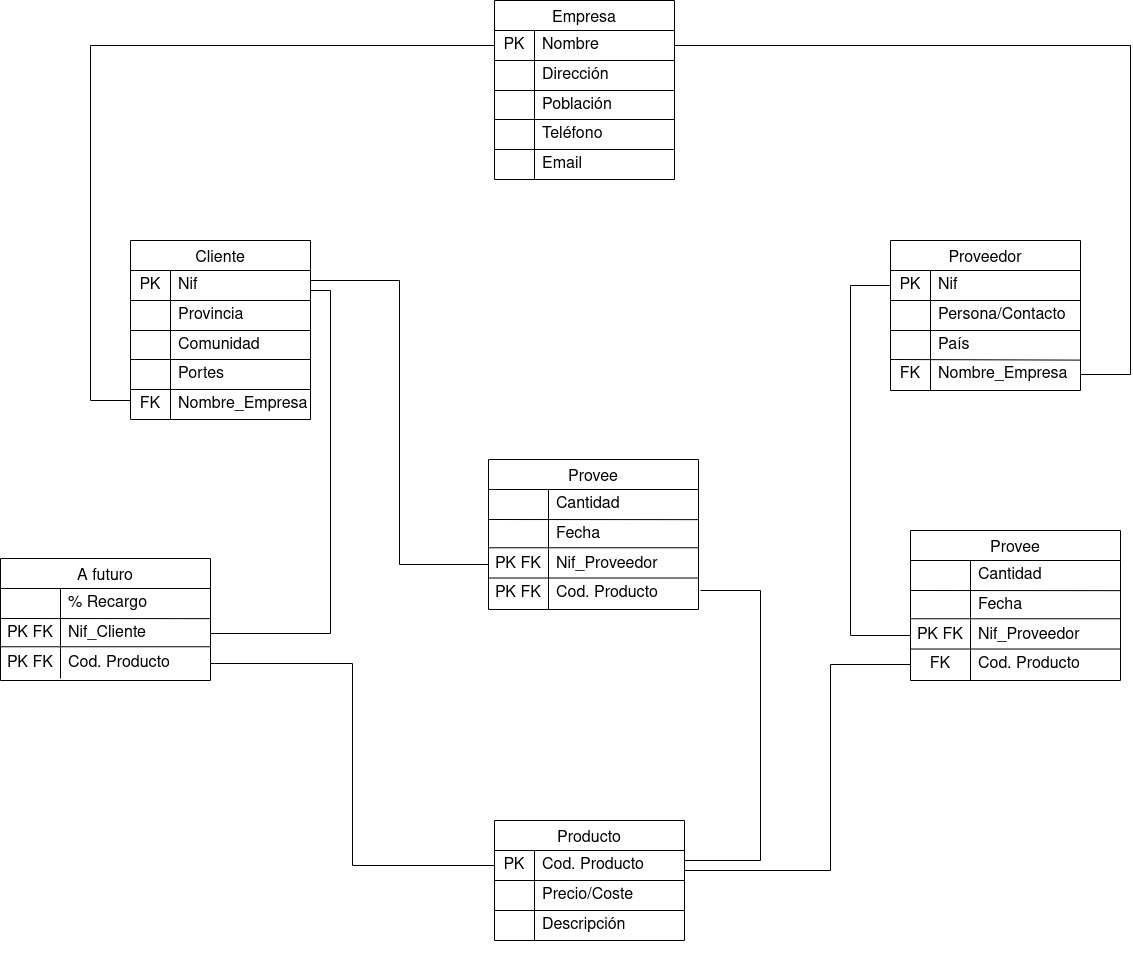
Before: Empresa Compra Venta (MR).png, a diagram exported from draw.io (Chugani05/base-datos). Source tidied: cells renumbered, new cells last; positions are measured from the earlier drawing's top-left corner, leaving out a move shared by most shapes.
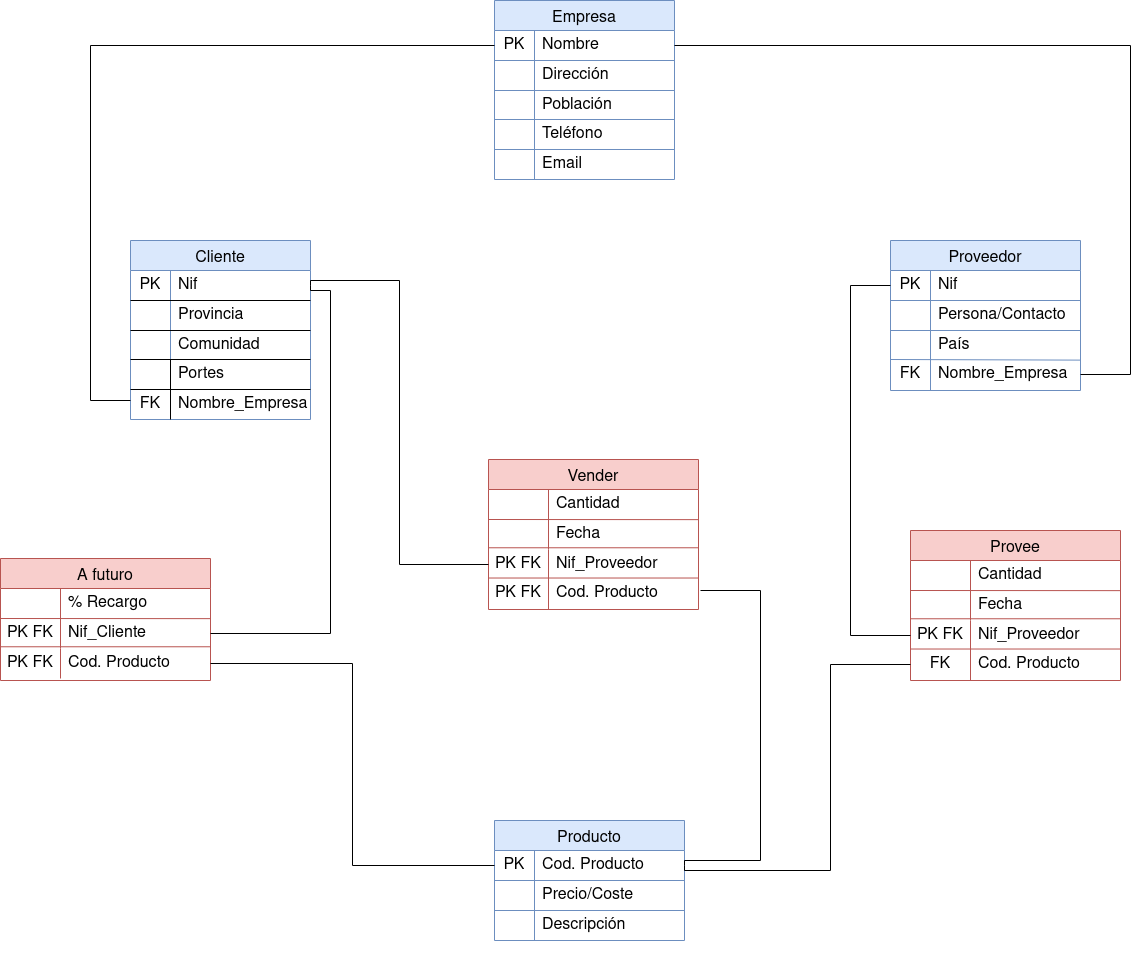
The same file after the commit.

Change to the diagram source:
```diff
@@ -2,7 +2,7 @@
   <root>
     <mxCell id="0" />
     <mxCell id="1" parent="0" />
-    <mxCell id="2" value="Empresa" style="shape=table;startSize=30;rowLines=0;fontStyle=0;strokeColor=default;fontSize=16;" parent="1" vertex="1">
+    <mxCell id="2" value="Empresa" style="shape=table;startSize=30;rowLines=0;fontStyle=0;fontSize=16;fillColor=#dae8fc;strokeColor=#6c8ebf;" parent="1" vertex="1">
       <mxGeometry x="494" width="180" height="179" as="geometry" />
     </mxCell>
     <mxCell id="3" style="shape=tableRow;horizontal=0;startSize=0;swimlaneHead=0;swimlaneBody=0;top=0;left=0;bottom=0;right=0;fillColor=none;points=[[0,0.5],[1,0.5]];portConstraint=eastwest;strokeColor=inherit;fontSize=16;" parent="2" vertex="1">
@@ -50,37 +50,37 @@
     <mxCell id="17" style="shape=partialRectangle;html=1;whiteSpace=wrap;fillColor=none;top=0;left=0;bottom=0;right=0;overflow=hidden;strokeColor=inherit;fontSize=16;" parent="1" vertex="1">
       <mxGeometry x="494" y="149" width="40" height="30" as="geometry" />
     </mxCell>
-    <mxCell id="18" style="endArrow=none;html=1;rounded=0;" parent="1" edge="1">
+    <mxCell id="18" style="endArrow=none;html=1;rounded=0;fillColor=#dae8fc;strokeColor=#6c8ebf;" parent="1" edge="1">
       <mxGeometry relative="1" as="geometry">
         <mxPoint x="534" y="179" as="sourcePoint" />
         <mxPoint x="534" y="119" as="targetPoint" />
       </mxGeometry>
     </mxCell>
-    <mxCell id="19" style="endArrow=none;html=1;rounded=0;entryX=0.836;entryY=0.02;entryDx=0;entryDy=0;entryPerimeter=0;exitX=0.001;exitY=-0.004;exitDx=0;exitDy=0;exitPerimeter=0;" parent="1" edge="1">
+    <mxCell id="19" style="endArrow=none;html=1;rounded=0;entryX=0.836;entryY=0.02;entryDx=0;entryDy=0;entryPerimeter=0;exitX=0.001;exitY=-0.004;exitDx=0;exitDy=0;exitPerimeter=0;fillColor=#dae8fc;strokeColor=#6c8ebf;" parent="1" edge="1">
       <mxGeometry relative="1" as="geometry">
         <mxPoint x="494" y="60" as="sourcePoint" />
         <mxPoint x="674" y="60" as="targetPoint" />
       </mxGeometry>
     </mxCell>
-    <mxCell id="20" style="endArrow=none;html=1;rounded=0;entryX=0.836;entryY=0.02;entryDx=0;entryDy=0;entryPerimeter=0;exitX=0.001;exitY=-0.004;exitDx=0;exitDy=0;exitPerimeter=0;" parent="1" edge="1">
+    <mxCell id="20" style="endArrow=none;html=1;rounded=0;entryX=0.836;entryY=0.02;entryDx=0;entryDy=0;entryPerimeter=0;exitX=0.001;exitY=-0.004;exitDx=0;exitDy=0;exitPerimeter=0;fillColor=#dae8fc;strokeColor=#6c8ebf;" parent="1" edge="1">
       <mxGeometry relative="1" as="geometry">
         <mxPoint x="494" y="90" as="sourcePoint" />
         <mxPoint x="674" y="90" as="targetPoint" />
       </mxGeometry>
     </mxCell>
-    <mxCell id="21" style="endArrow=none;html=1;rounded=0;entryX=0.836;entryY=0.02;entryDx=0;entryDy=0;entryPerimeter=0;exitX=0.001;exitY=-0.004;exitDx=0;exitDy=0;exitPerimeter=0;" parent="1" edge="1">
+    <mxCell id="21" style="endArrow=none;html=1;rounded=0;entryX=0.836;entryY=0.02;entryDx=0;entryDy=0;entryPerimeter=0;exitX=0.001;exitY=-0.004;exitDx=0;exitDy=0;exitPerimeter=0;fillColor=#dae8fc;strokeColor=#6c8ebf;" parent="1" edge="1">
       <mxGeometry relative="1" as="geometry">
         <mxPoint x="494" y="119" as="sourcePoint" />
         <mxPoint x="674" y="119" as="targetPoint" />
       </mxGeometry>
     </mxCell>
-    <mxCell id="22" style="endArrow=none;html=1;rounded=0;entryX=0.836;entryY=0.02;entryDx=0;entryDy=0;entryPerimeter=0;exitX=0.001;exitY=-0.004;exitDx=0;exitDy=0;exitPerimeter=0;" parent="1" edge="1">
+    <mxCell id="22" style="endArrow=none;html=1;rounded=0;entryX=0.836;entryY=0.02;entryDx=0;entryDy=0;entryPerimeter=0;exitX=0.001;exitY=-0.004;exitDx=0;exitDy=0;exitPerimeter=0;fillColor=#dae8fc;strokeColor=#6c8ebf;" parent="1" edge="1">
       <mxGeometry relative="1" as="geometry">
         <mxPoint x="494" y="149" as="sourcePoint" />
         <mxPoint x="674" y="149" as="targetPoint" />
       </mxGeometry>
     </mxCell>
-    <mxCell id="23" value="Proveedor" style="shape=table;startSize=30;rowLines=0;fontStyle=0;strokeColor=default;fontSize=16;" parent="1" vertex="1">
+    <mxCell id="23" value="Proveedor" style="shape=table;startSize=30;rowLines=0;fontStyle=0;strokeColor=#6c8ebf;fontSize=16;fillColor=#dae8fc;" parent="1" vertex="1">
       <mxGeometry x="890" y="240" width="190" height="150" as="geometry" />
     </mxCell>
     <mxCell id="24" style="shape=tableRow;horizontal=0;startSize=0;swimlaneHead=0;swimlaneBody=0;top=0;left=0;bottom=0;right=0;fillColor=none;points=[[0,0.5],[1,0.5]];portConstraint=eastwest;strokeColor=inherit;fontSize=16;" parent="23" vertex="1">
@@ -122,30 +122,30 @@
     <mxCell id="36" style="shape=tableRow;horizontal=0;startSize=0;swimlaneHead=0;swimlaneBody=0;top=0;left=0;bottom=0;right=0;fillColor=none;strokeColor=inherit;fontSize=16;" parent="1" vertex="1">
       <mxGeometry x="910" y="319" width="180" height="30" as="geometry" />
     </mxCell>
-    <mxCell id="37" style="endArrow=none;html=1;rounded=0;" parent="1" edge="1">
+    <mxCell id="37" style="endArrow=none;html=1;rounded=0;fillColor=#dae8fc;strokeColor=#6c8ebf;" parent="1" edge="1">
       <mxGeometry relative="1" as="geometry">
         <mxPoint x="930" y="390" as="sourcePoint" />
         <mxPoint x="930" y="359" as="targetPoint" />
       </mxGeometry>
     </mxCell>
-    <mxCell id="38" style="endArrow=none;html=1;rounded=0;exitX=0.001;exitY=-0.004;exitDx=0;exitDy=0;exitPerimeter=0;" parent="1" edge="1">
+    <mxCell id="38" style="endArrow=none;html=1;rounded=0;exitX=0.001;exitY=-0.004;exitDx=0;exitDy=0;exitPerimeter=0;fillColor=#dae8fc;strokeColor=#6c8ebf;" parent="1" edge="1">
       <mxGeometry relative="1" as="geometry">
         <mxPoint x="890" y="300" as="sourcePoint" />
         <mxPoint x="1080" y="300" as="targetPoint" />
       </mxGeometry>
     </mxCell>
-    <mxCell id="39" style="endArrow=none;html=1;rounded=0;exitX=0.001;exitY=-0.004;exitDx=0;exitDy=0;exitPerimeter=0;" parent="1" edge="1">
+    <mxCell id="39" style="endArrow=none;html=1;rounded=0;exitX=0.001;exitY=-0.004;exitDx=0;exitDy=0;exitPerimeter=0;fillColor=#dae8fc;strokeColor=#6c8ebf;" parent="1" edge="1">
       <mxGeometry relative="1" as="geometry">
         <mxPoint x="890" y="330" as="sourcePoint" />
         <mxPoint x="1080" y="330" as="targetPoint" />
       </mxGeometry>
     </mxCell>
-    <mxCell id="40" style="endArrow=none;html=1;rounded=0;entryX=0.998;entryY=0.987;entryDx=0;entryDy=0;entryPerimeter=0;exitX=0.001;exitY=-0.004;exitDx=0;exitDy=0;exitPerimeter=0;" parent="1" edge="1" target="30">
+    <mxCell id="40" style="endArrow=none;html=1;rounded=0;entryX=0.998;entryY=0.987;entryDx=0;entryDy=0;entryPerimeter=0;exitX=0.001;exitY=-0.004;exitDx=0;exitDy=0;exitPerimeter=0;fillColor=#dae8fc;strokeColor=#6c8ebf;" parent="1" edge="1" target="30">
       <mxGeometry relative="1" as="geometry">
         <mxPoint x="890" y="359" as="sourcePoint" />
       </mxGeometry>
     </mxCell>
-    <mxCell id="41" value="Cliente" style="shape=table;startSize=30;rowLines=0;fontStyle=0;strokeColor=default;fontSize=16;" parent="1" vertex="1">
+    <mxCell id="41" value="Cliente" style="shape=table;startSize=30;rowLines=0;fontStyle=0;strokeColor=#6c8ebf;fontSize=16;fillColor=#dae8fc;" parent="1" vertex="1">
       <mxGeometry x="130" y="240" width="180" height="179" as="geometry" />
     </mxCell>
     <mxCell id="42" style="shape=tableRow;horizontal=0;startSize=0;swimlaneHead=0;swimlaneBody=0;top=0;left=0;bottom=0;right=0;fillColor=none;points=[[0,0.5],[1,0.5]];portConstraint=eastwest;strokeColor=inherit;fontSize=16;" parent="41" vertex="1">
@@ -241,7 +241,7 @@
         </Array>
       </mxGeometry>
     </mxCell>
-    <mxCell id="64" value="Provee" style="shape=table;startSize=30;rowLines=0;fontStyle=0;strokeColor=default;fontSize=16;" parent="1" vertex="1">
+    <mxCell id="64" value="Provee" style="shape=table;startSize=30;rowLines=0;fontStyle=0;strokeColor=#b85450;fontSize=16;fillColor=#f8cecc;" parent="1" vertex="1">
       <mxGeometry x="910" y="530" width="210" height="150" as="geometry" />
     </mxCell>
     <mxCell id="65" style="shape=tableRow;horizontal=0;startSize=0;swimlaneHead=0;swimlaneBody=0;top=0;left=0;bottom=0;right=0;fillColor=none;strokeColor=inherit;fontSize=16;" parent="64" vertex="1">
@@ -283,18 +283,18 @@
     <mxCell id="77" style="shape=tableRow;horizontal=0;startSize=0;swimlaneHead=0;swimlaneBody=0;top=0;left=0;bottom=0;right=0;fillColor=none;strokeColor=inherit;fontSize=16;" parent="1" vertex="1">
       <mxGeometry x="930" y="609" width="180" height="30" as="geometry" />
     </mxCell>
-    <mxCell id="78" style="endArrow=none;html=1;rounded=0;" parent="1" edge="1">
+    <mxCell id="78" style="endArrow=none;html=1;rounded=0;fillColor=#f8cecc;strokeColor=#b85450;" parent="1" edge="1">
       <mxGeometry relative="1" as="geometry">
         <mxPoint x="970" y="679.5" as="sourcePoint" />
         <mxPoint x="970" y="648.5" as="targetPoint" />
       </mxGeometry>
     </mxCell>
-    <mxCell id="79" style="endArrow=none;html=1;rounded=0;entryX=1.001;entryY=0.005;entryDx=0;entryDy=0;entryPerimeter=0;exitX=0.001;exitY=-0.004;exitDx=0;exitDy=0;exitPerimeter=0;" parent="1" edge="1" target="68">
+    <mxCell id="79" style="endArrow=none;html=1;rounded=0;entryX=1.001;entryY=0.005;entryDx=0;entryDy=0;entryPerimeter=0;exitX=0.001;exitY=-0.004;exitDx=0;exitDy=0;exitPerimeter=0;fillColor=#f8cecc;strokeColor=#b85450;" parent="1" edge="1" target="68">
       <mxGeometry relative="1" as="geometry">
         <mxPoint x="910" y="590" as="sourcePoint" />
       </mxGeometry>
     </mxCell>
-    <mxCell id="80" value="Producto" style="shape=table;startSize=30;rowLines=0;fontStyle=0;strokeColor=default;fontSize=16;" parent="1" vertex="1">
+    <mxCell id="80" value="Producto" style="shape=table;startSize=30;rowLines=0;fontStyle=0;strokeColor=#6c8ebf;fontSize=16;fillColor=#dae8fc;" parent="1" vertex="1">
       <mxGeometry x="494" y="820" width="190" height="120" as="geometry" />
     </mxCell>
     <mxCell id="81" style="shape=tableRow;horizontal=0;startSize=0;swimlaneHead=0;swimlaneBody=0;top=0;left=0;bottom=0;right=0;fillColor=none;points=[[0,0.5],[1,0.5]];portConstraint=eastwest;strokeColor=inherit;fontSize=16;" parent="80" vertex="1">
@@ -333,13 +333,13 @@
     <mxCell id="92" style="shape=tableRow;horizontal=0;startSize=0;swimlaneHead=0;swimlaneBody=0;top=0;left=0;bottom=0;right=0;fillColor=none;strokeColor=inherit;fontSize=16;" parent="1" vertex="1">
       <mxGeometry x="514" y="899" width="180" height="30" as="geometry" />
     </mxCell>
-    <mxCell id="93" style="endArrow=none;html=1;rounded=0;exitX=0.001;exitY=-0.004;exitDx=0;exitDy=0;exitPerimeter=0;" parent="1" edge="1">
+    <mxCell id="93" style="endArrow=none;html=1;rounded=0;exitX=0.001;exitY=-0.004;exitDx=0;exitDy=0;exitPerimeter=0;fillColor=#dae8fc;strokeColor=#6c8ebf;" parent="1" edge="1">
       <mxGeometry relative="1" as="geometry">
         <mxPoint x="494" y="880" as="sourcePoint" />
         <mxPoint x="684" y="880" as="targetPoint" />
       </mxGeometry>
     </mxCell>
-    <mxCell id="94" style="endArrow=none;html=1;rounded=0;exitX=0.001;exitY=-0.004;exitDx=0;exitDy=0;exitPerimeter=0;" parent="1" edge="1">
+    <mxCell id="94" style="endArrow=none;html=1;rounded=0;exitX=0.001;exitY=-0.004;exitDx=0;exitDy=0;exitPerimeter=0;fillColor=#dae8fc;strokeColor=#6c8ebf;" parent="1" edge="1">
       <mxGeometry relative="1" as="geometry">
         <mxPoint x="494" y="910" as="sourcePoint" />
         <mxPoint x="684" y="910" as="targetPoint" />
@@ -363,19 +363,19 @@
         </Array>
       </mxGeometry>
     </mxCell>
-    <mxCell id="97" style="endArrow=none;html=1;rounded=0;entryX=1.001;entryY=0.005;entryDx=0;entryDy=0;entryPerimeter=0;exitX=0.001;exitY=-0.004;exitDx=0;exitDy=0;exitPerimeter=0;" parent="1" edge="1">
+    <mxCell id="97" style="endArrow=none;html=1;rounded=0;entryX=1.001;entryY=0.005;entryDx=0;entryDy=0;entryPerimeter=0;exitX=0.001;exitY=-0.004;exitDx=0;exitDy=0;exitPerimeter=0;fillColor=#f8cecc;strokeColor=#b85450;" parent="1" edge="1">
       <mxGeometry relative="1" as="geometry">
         <mxPoint x="910" y="618.3" as="sourcePoint" />
         <mxPoint x="1120" y="618.3" as="targetPoint" />
       </mxGeometry>
     </mxCell>
-    <mxCell id="98" style="endArrow=none;html=1;rounded=0;entryX=1.001;entryY=0.005;entryDx=0;entryDy=0;entryPerimeter=0;exitX=0.001;exitY=-0.004;exitDx=0;exitDy=0;exitPerimeter=0;" parent="1" edge="1">
+    <mxCell id="98" style="endArrow=none;html=1;rounded=0;entryX=1.001;entryY=0.005;entryDx=0;entryDy=0;entryPerimeter=0;exitX=0.001;exitY=-0.004;exitDx=0;exitDy=0;exitPerimeter=0;fillColor=#f8cecc;strokeColor=#b85450;" parent="1" edge="1">
       <mxGeometry relative="1" as="geometry">
         <mxPoint x="910" y="648.5" as="sourcePoint" />
         <mxPoint x="1120" y="648.5" as="targetPoint" />
       </mxGeometry>
     </mxCell>
-    <mxCell id="99" value="Provee" style="shape=table;startSize=30;rowLines=0;fontStyle=0;strokeColor=default;fontSize=16;" parent="1" vertex="1">
+    <mxCell id="99" value="Vender" style="shape=table;startSize=30;rowLines=0;fontStyle=0;strokeColor=#b85450;fontSize=16;fillColor=#f8cecc;" parent="1" vertex="1">
       <mxGeometry x="488" y="459" width="210" height="150" as="geometry" />
     </mxCell>
     <mxCell id="100" style="shape=tableRow;horizontal=0;startSize=0;swimlaneHead=0;swimlaneBody=0;top=0;left=0;bottom=0;right=0;fillColor=none;strokeColor=inherit;fontSize=16;" parent="99" vertex="1">
@@ -417,30 +417,30 @@
     <mxCell id="112" style="shape=tableRow;horizontal=0;startSize=0;swimlaneHead=0;swimlaneBody=0;top=0;left=0;bottom=0;right=0;fillColor=none;strokeColor=inherit;fontSize=16;" parent="1" vertex="1">
       <mxGeometry x="508" y="538" width="180" height="30" as="geometry" />
     </mxCell>
-    <mxCell id="113" style="endArrow=none;html=1;rounded=0;" parent="1" edge="1">
+    <mxCell id="113" style="endArrow=none;html=1;rounded=0;fillColor=#f8cecc;strokeColor=#b85450;" parent="1" edge="1">
       <mxGeometry relative="1" as="geometry">
         <mxPoint x="548" y="608.5" as="sourcePoint" />
         <mxPoint x="548" y="577.5" as="targetPoint" />
       </mxGeometry>
     </mxCell>
-    <mxCell id="114" style="endArrow=none;html=1;rounded=0;entryX=1.001;entryY=0.005;entryDx=0;entryDy=0;entryPerimeter=0;exitX=0.001;exitY=-0.004;exitDx=0;exitDy=0;exitPerimeter=0;" parent="1" edge="1" target="103">
+    <mxCell id="114" style="endArrow=none;html=1;rounded=0;entryX=1.001;entryY=0.005;entryDx=0;entryDy=0;entryPerimeter=0;exitX=0.001;exitY=-0.004;exitDx=0;exitDy=0;exitPerimeter=0;fillColor=#f8cecc;strokeColor=#b85450;" parent="1" edge="1" target="103">
       <mxGeometry relative="1" as="geometry">
         <mxPoint x="488" y="519" as="sourcePoint" />
       </mxGeometry>
     </mxCell>
-    <mxCell id="115" style="endArrow=none;html=1;rounded=0;entryX=1.001;entryY=0.005;entryDx=0;entryDy=0;entryPerimeter=0;exitX=0.001;exitY=-0.004;exitDx=0;exitDy=0;exitPerimeter=0;" parent="1" edge="1">
+    <mxCell id="115" style="endArrow=none;html=1;rounded=0;entryX=1.001;entryY=0.005;entryDx=0;entryDy=0;entryPerimeter=0;exitX=0.001;exitY=-0.004;exitDx=0;exitDy=0;exitPerimeter=0;fillColor=#f8cecc;strokeColor=#b85450;" parent="1" edge="1">
       <mxGeometry relative="1" as="geometry">
         <mxPoint x="488" y="547.3" as="sourcePoint" />
         <mxPoint x="698" y="547.3" as="targetPoint" />
       </mxGeometry>
     </mxCell>
-    <mxCell id="116" style="endArrow=none;html=1;rounded=0;entryX=1.001;entryY=0.005;entryDx=0;entryDy=0;entryPerimeter=0;exitX=0.001;exitY=-0.004;exitDx=0;exitDy=0;exitPerimeter=0;" parent="1" edge="1">
+    <mxCell id="116" style="endArrow=none;html=1;rounded=0;entryX=1.001;entryY=0.005;entryDx=0;entryDy=0;entryPerimeter=0;exitX=0.001;exitY=-0.004;exitDx=0;exitDy=0;exitPerimeter=0;fillColor=#f8cecc;strokeColor=#b85450;" parent="1" edge="1">
       <mxGeometry relative="1" as="geometry">
         <mxPoint x="488" y="577.5" as="sourcePoint" />
         <mxPoint x="698" y="577.5" as="targetPoint" />
       </mxGeometry>
     </mxCell>
-    <mxCell id="117" value="A futuro" style="shape=table;startSize=30;rowLines=0;fontStyle=0;strokeColor=default;fontSize=16;" parent="1" vertex="1">
+    <mxCell id="117" value="A futuro" style="shape=table;startSize=30;rowLines=0;fontStyle=0;strokeColor=#b85450;fontSize=16;fillColor=#f8cecc;" parent="1" vertex="1">
       <mxGeometry y="558" width="210" height="122" as="geometry" />
     </mxCell>
     <mxCell id="118" style="shape=tableRow;horizontal=0;startSize=0;swimlaneHead=0;swimlaneBody=0;top=0;left=0;bottom=0;right=0;fillColor=none;strokeColor=inherit;fontSize=16;" parent="117" vertex="1">
@@ -476,12 +476,12 @@
     <mxCell id="128" style="shape=tableRow;horizontal=0;startSize=0;swimlaneHead=0;swimlaneBody=0;top=0;left=0;bottom=0;right=0;fillColor=none;strokeColor=inherit;fontSize=16;" parent="1" vertex="1">
       <mxGeometry x="20" y="637" width="180" height="30" as="geometry" />
     </mxCell>
-    <mxCell id="129" style="endArrow=none;html=1;rounded=0;entryX=1.001;entryY=0.005;entryDx=0;entryDy=0;entryPerimeter=0;exitX=0.001;exitY=-0.004;exitDx=0;exitDy=0;exitPerimeter=0;" parent="1" edge="1" target="121">
+    <mxCell id="129" style="endArrow=none;html=1;rounded=0;entryX=1.001;entryY=0.005;entryDx=0;entryDy=0;entryPerimeter=0;exitX=0.001;exitY=-0.004;exitDx=0;exitDy=0;exitPerimeter=0;fillColor=#f8cecc;strokeColor=#b85450;" parent="1" edge="1" target="121">
       <mxGeometry relative="1" as="geometry">
         <mxPoint y="618" as="sourcePoint" />
       </mxGeometry>
     </mxCell>
-    <mxCell id="130" style="endArrow=none;html=1;rounded=0;entryX=1.001;entryY=0.005;entryDx=0;entryDy=0;entryPerimeter=0;exitX=0.001;exitY=-0.004;exitDx=0;exitDy=0;exitPerimeter=0;" parent="1" edge="1">
+    <mxCell id="130" style="endArrow=none;html=1;rounded=0;entryX=1.001;entryY=0.005;entryDx=0;entryDy=0;entryPerimeter=0;exitX=0.001;exitY=-0.004;exitDx=0;exitDy=0;exitPerimeter=0;fillColor=#f8cecc;strokeColor=#b85450;" parent="1" edge="1">
       <mxGeometry relative="1" as="geometry">
         <mxPoint y="646.3" as="sourcePoint" />
         <mxPoint x="210" y="646.3" as="targetPoint" />
```
